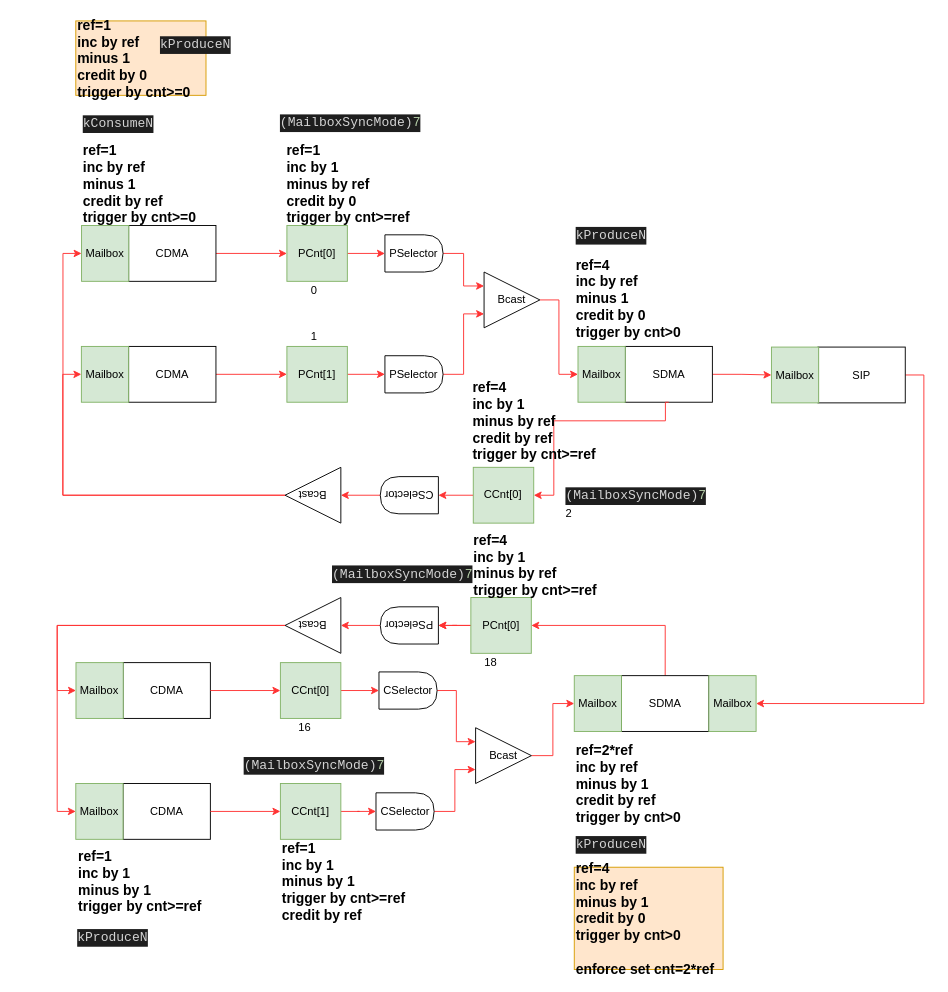
Earlier version of the draw.io diagram page "N<->1" (1 of 8) of csync_conn.drawio (huntershuai/file_sync). Source tidied: cells renumbered, new cells numbered last; positions are measured from the earlier drawing's top-left corner, leaving out a move shared by most shapes. Both pictures are drawn from the tidied source at 93%, with x=0, y=0 at pixel (57, 20).
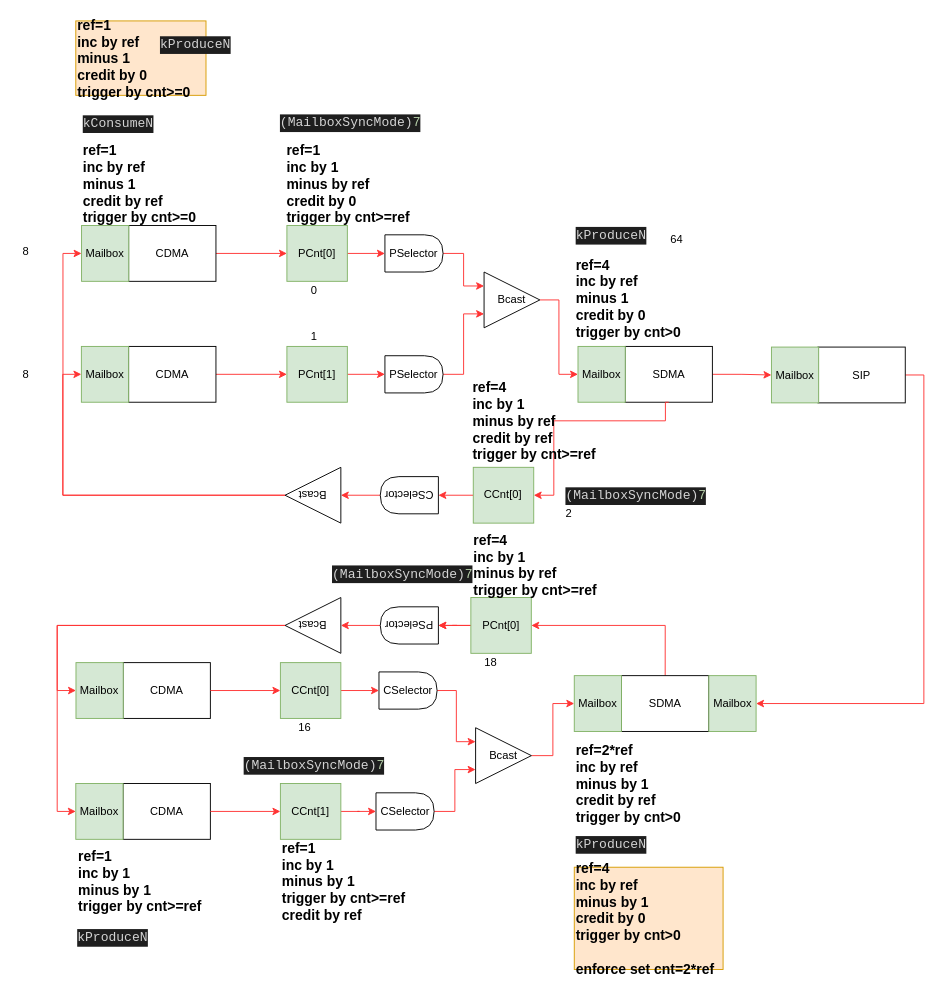
After the change.

Change to the diagram source:
```diff
@@
+    <mxCell id="93" value="8" style="text;html=1;align=center;verticalAlign=middle;" parent="1" vertex="1">
+      <mxGeometry x="-44" y="238" width="20" height="20" as="geometry" />
+    </mxCell>
+    <mxCell id="94" value="8" style="text;html=1;align=center;verticalAlign=middle;" parent="1" vertex="1">
+      <mxGeometry x="-44" y="370" width="20" height="20" as="geometry" />
+    </mxCell>
+    <mxCell id="95" value="64" style="text;html=1;align=center;verticalAlign=middle;" parent="1" vertex="1">
+      <mxGeometry x="651" y="225" width="30" height="20" as="geometry" />
+    </mxCell>
```
